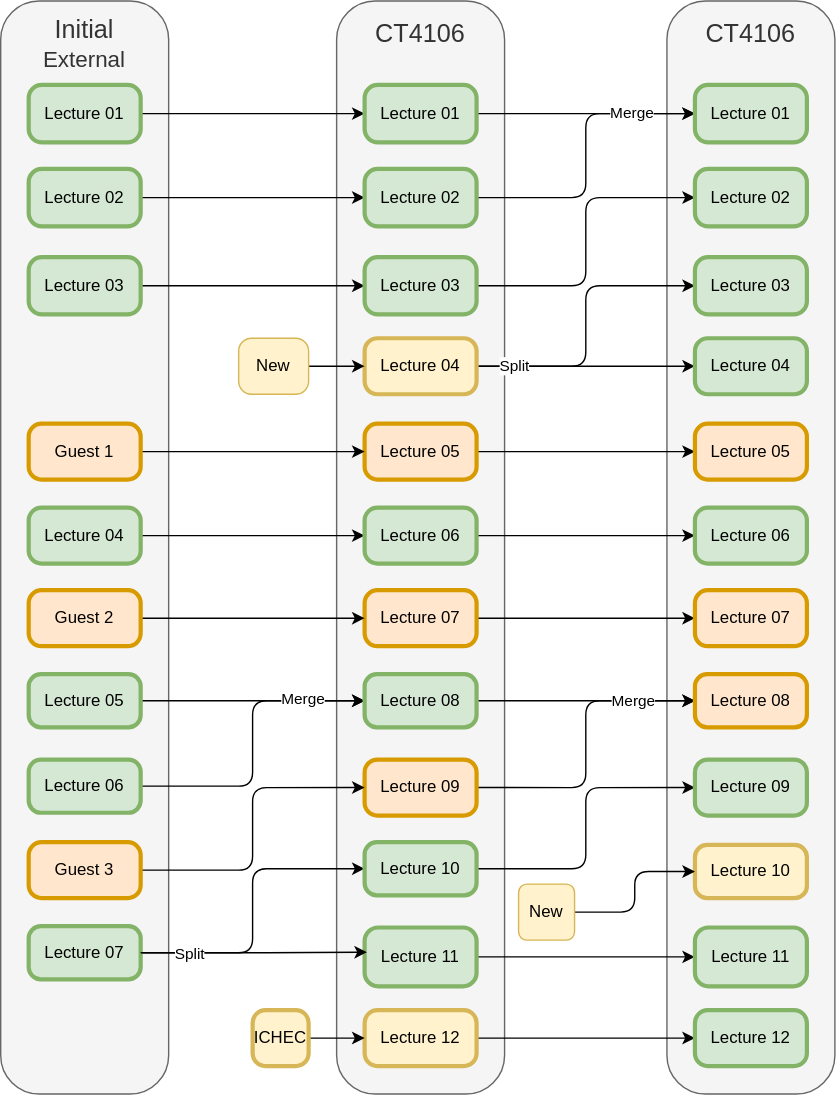
This is flow-lectures.svg from ICHEC/qpcc, a draw.io export, as it was before one commit. Source tidied: cells renumbered, new cells last; positions are measured from the earlier drawing's top-left corner, leaving out a move shared by most shapes.
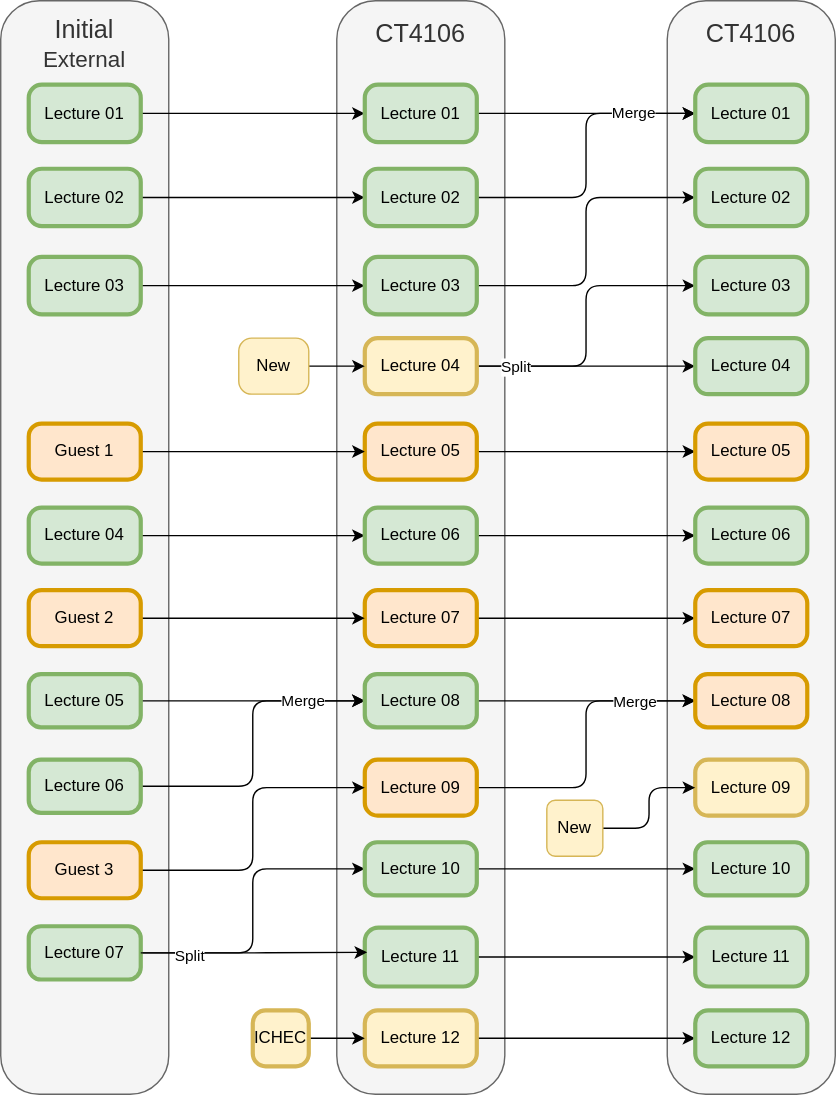
The same file after the commit.

The edit, as a diff of the source:
```diff
@@ -133,7 +133,7 @@
     <mxCell id="44" value="Lecture 12" style="rounded=1;whiteSpace=wrap;html=1;fillColor=#fff2cc;strokeColor=#d6b656;strokeWidth=3;arcSize=23;" parent="1" vertex="1">
       <mxGeometry x="260" y="721" width="80" height="40" as="geometry" />
     </mxCell>
-    <mxCell id="45" style="edgeStyle=orthogonalEdgeStyle;html=1;exitX=1;exitY=0.5;exitDx=0;exitDy=0;entryX=0;entryY=0.5;entryDx=0;entryDy=0;" parent="1" edge="1" source="46" target="71">
+    <mxCell id="45" style="edgeStyle=orthogonalEdgeStyle;html=1;exitX=1;exitY=0.5;exitDx=0;exitDy=0;entryX=0;entryY=0.5;entryDx=0;entryDy=0;" parent="1" edge="1" source="46" target="68">
       <mxGeometry relative="1" as="geometry" />
     </mxCell>
     <mxCell id="46" value="Lecture 10" style="rounded=1;whiteSpace=wrap;html=1;fillColor=#d5e8d4;strokeColor=#82b366;strokeWidth=3;arcSize=23;" parent="1" vertex="1">
@@ -206,8 +206,8 @@
     <mxCell id="67" value="Lecture 12" style="rounded=1;whiteSpace=wrap;html=1;fillColor=#d5e8d4;strokeColor=#82b366;strokeWidth=3;arcSize=23;" parent="1" vertex="1">
       <mxGeometry x="496" y="721" width="80" height="40" as="geometry" />
     </mxCell>
-    <mxCell id="68" value="Lecture 10" style="rounded=1;whiteSpace=wrap;html=1;fillColor=#fff2cc;strokeColor=#d6b656;strokeWidth=3;arcSize=23;" parent="1" vertex="1">
-      <mxGeometry x="496" y="603" width="80" height="38" as="geometry" />
+    <mxCell id="68" value="Lecture 10" style="rounded=1;whiteSpace=wrap;html=1;fillColor=#d5e8d4;strokeColor=#82b366;strokeWidth=3;arcSize=23;" parent="1" vertex="1">
+      <mxGeometry x="496" y="601" width="80" height="38" as="geometry" />
     </mxCell>
     <mxCell id="69" value="Lecture 08" style="rounded=1;whiteSpace=wrap;html=1;fillColor=#ffe6cc;strokeColor=#d79b00;strokeWidth=3;arcSize=23;" parent="1" vertex="1">
       <mxGeometry x="496" y="481" width="80" height="38" as="geometry" />
@@ -215,14 +215,14 @@
     <mxCell id="70" value="Lecture 11" style="rounded=1;whiteSpace=wrap;html=1;fillColor=#d5e8d4;strokeColor=#82b366;strokeWidth=3;arcSize=23;" parent="1" vertex="1">
       <mxGeometry x="496" y="662" width="80" height="42" as="geometry" />
     </mxCell>
-    <mxCell id="71" value="Lecture 09" style="rounded=1;whiteSpace=wrap;html=1;fillColor=#d5e8d4;strokeColor=#82b366;strokeWidth=3;arcSize=23;" parent="1" vertex="1">
+    <mxCell id="71" value="Lecture 09" style="rounded=1;whiteSpace=wrap;html=1;fillColor=#fff2cc;strokeColor=#d6b656;strokeWidth=3;arcSize=23;" parent="1" vertex="1">
       <mxGeometry x="496" y="542" width="80" height="40" as="geometry" />
     </mxCell>
-    <mxCell id="72" style="edgeStyle=orthogonalEdgeStyle;html=1;exitX=1;exitY=0.5;exitDx=0;exitDy=0;entryX=0;entryY=0.5;entryDx=0;entryDy=0;" parent="1" edge="1" source="73" target="68">
+    <mxCell id="72" style="edgeStyle=orthogonalEdgeStyle;html=1;exitX=1;exitY=0.5;exitDx=0;exitDy=0;entryX=0;entryY=0.5;entryDx=0;entryDy=0;" parent="1" edge="1" source="73" target="71">
       <mxGeometry relative="1" as="geometry" />
     </mxCell>
     <mxCell id="73" value="New" style="rounded=1;whiteSpace=wrap;html=1;fillColor=#fff2cc;strokeColor=#d6b656;glass=0;shadow=0;" parent="1" vertex="1">
-      <mxGeometry x="370" y="631" width="40" height="40" as="geometry" />
+      <mxGeometry x="390" y="571" width="40" height="40" as="geometry" />
     </mxCell>
   </root>
 </mxGraphModel>
```
